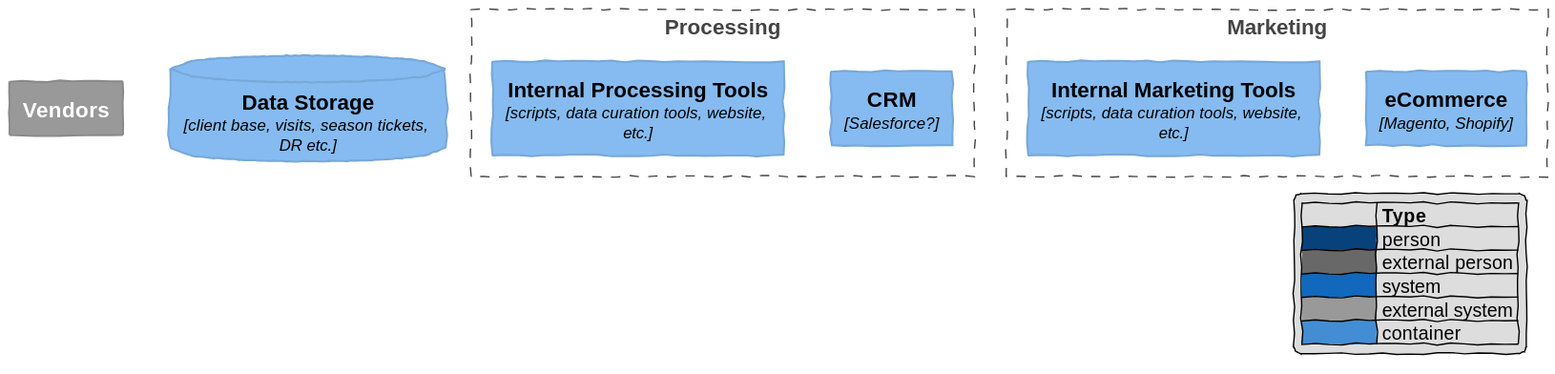
Before: docs/diagrams/out/target_system/components.svg, a diagram exported from PlantUML (yevgen-ponomarenko/dm-arch-case). Its diagram source:
```plantuml
@startuml components
skinparam handwritten true
!includeurl https://raw.githubusercontent.com/RicardoNiepel/C4-PlantUML/release/1-0/C4.puml
!includeurl https://raw.githubusercontent.com/RicardoNiepel/C4-PlantUML/release/1-0/C4_Component.puml
!includeurl https://raw.githubusercontent.com/RicardoNiepel/C4-PlantUML/release/1-0/C4_Container.puml

LAYOUT_TOP_DOWN
LAYOUT_WITH_LEGEND()

Boundary(proc, "Processing") {
    Component(crm, "CRM", "Salesforce?")
    Component(proc_tools, "Internal Processing Tools", "scripts, data curation tools, website, etc.")
}

Boundary(market, "Marketing") {
    Component(ecomm, "eCommerce", "Magento, Shopify")
    Component(market_tools, "Internal Marketing Tools", "scripts, data curation tools, website, etc.")
}

System_Ext(vendors, "Vendors")
ComponentDb(raw_db, "Data Storage", "client base, visits, season tickets, DR etc.")

@enduml
```
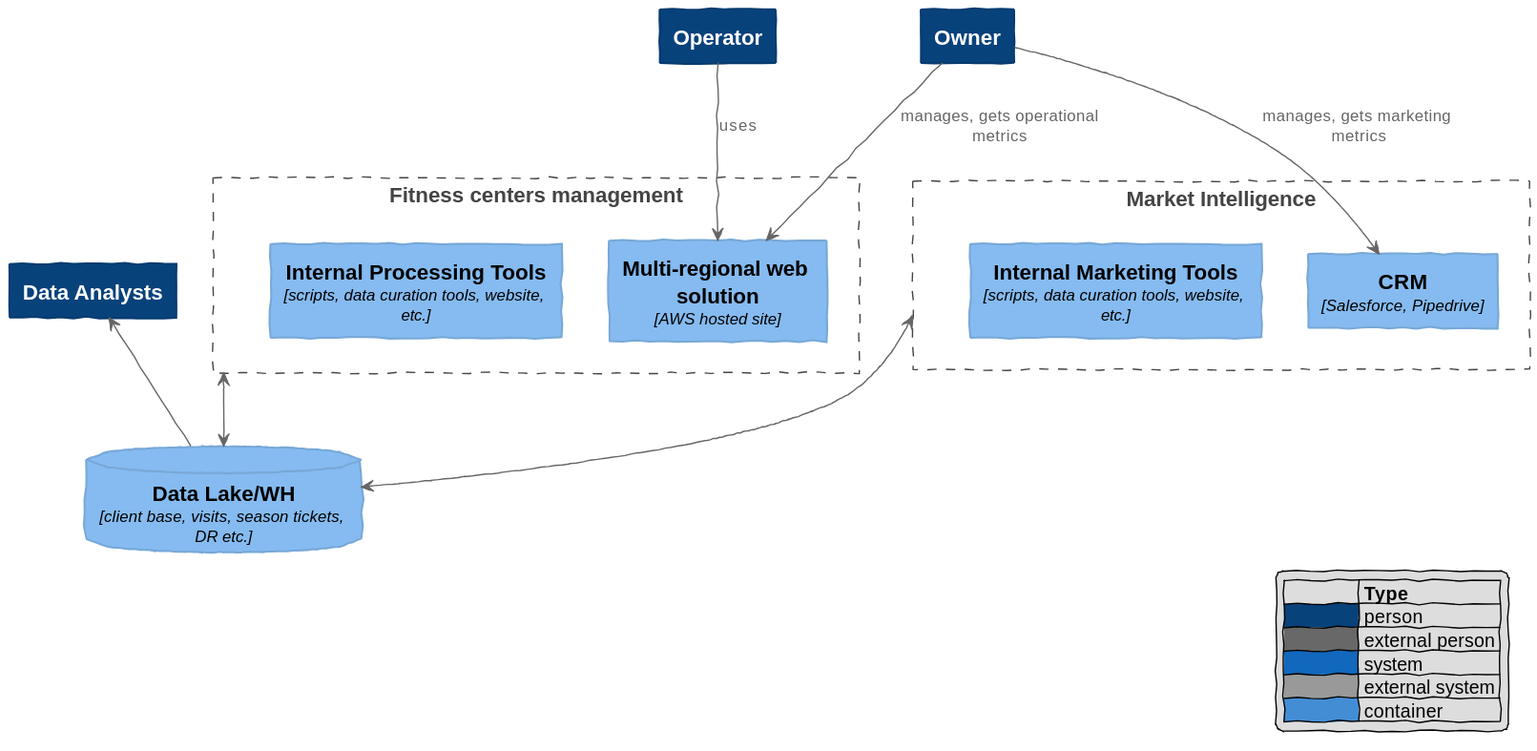
The same diagram one commit later.

The edit, as a diff of the source:
```diff
@@ -7,17 +7,27 @@
 LAYOUT_TOP_DOWN
 LAYOUT_WITH_LEGEND()
 
-Boundary(proc, "Processing") {
-    Component(crm, "CRM", "Salesforce?")
+Person(ml_admin, "Data Analysts")
+Person(operator, "Operator")
+Person(owner, "Owner")
+
+Boundary(proc, "Fitness centers management") {
+    Component(mgmt_sys, "Multi-regional web solution", "AWS hosted site")
     Component(proc_tools, "Internal Processing Tools", "scripts, data curation tools, website, etc.")
 }
 
-Boundary(market, "Marketing") {
-    Component(ecomm, "eCommerce", "Magento, Shopify")
+Boundary(market, "Market Intelligence") {
+    Component(crm, "CRM", "Salesforce, Pipedrive")
     Component(market_tools, "Internal Marketing Tools", "scripts, data curation tools, website, etc.")
 }
 
-System_Ext(vendors, "Vendors")
-ComponentDb(raw_db, "Data Storage", "client base, visits, season tickets, DR etc.")
+ComponentDb(raw_db, "Data Lake/WH", "client base, visits, season tickets, DR etc.")
+
+proc <--> raw_db
+market <--> raw_db
+ml_admin <-- raw_db
+owner --> mgmt_sys: manages, gets operational metrics
+owner --> crm: manages, gets marketing metrics
+operator --> mgmt_sys: uses
 
 @enduml
```
